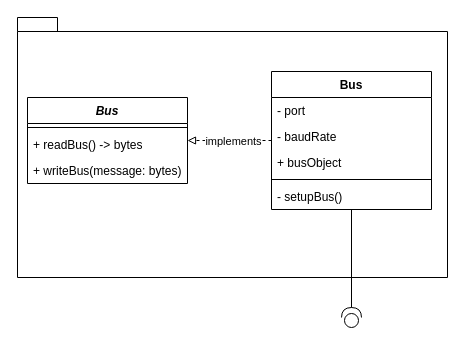
The draw.io diagram BusTransactions/Buses/Architecture/Buses.drawio in Uhgtred/Car_Infotainment_System, before the edit. Source tidied: cells renumbered, new cells numbered last; positions are measured from the earlier drawing's top-left corner, leaving out a move shared by most shapes. Both pictures are drawn from the tidied source at 100%, with x=0, y=0 at pixel (17, 17).
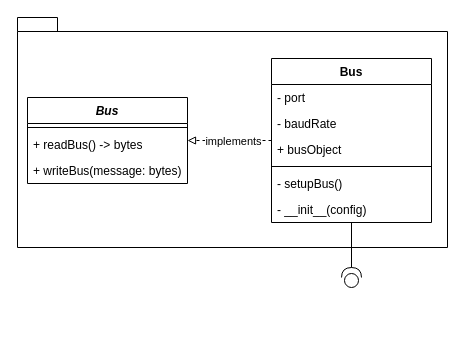
Above is the later version.

Diff of the diagram source:
```diff
@@
 <mxGraphModel>
   <root>
     <mxCell id="0" />
     <mxCell id="1" parent="0" />
     <mxCell id="2" style="shape=folder;fontStyle=1;spacingTop=10;tabWidth=40;tabHeight=14;tabPosition=left;html=1;" parent="1" vertex="1">
-      <mxGeometry width="430" height="260" as="geometry" />
+      <mxGeometry width="430" height="230" as="geometry" />
     </mxCell>
     <mxCell id="3" value="Bus" style="swimlane;fontStyle=3;align=center;verticalAlign=top;horizontal=1;startSize=26;" parent="1" vertex="1">
       <mxGeometry x="10" y="80" width="160" height="86" as="geometry" />
     </mxCell>
     <mxCell id="4" style="line;strokeWidth=1;fillColor=none;align=left;verticalAlign=middle;spacingTop=-1;spacingLeft=3;spacingRight=3;labelPosition=right;strokeColor=inherit;" parent="3" vertex="1">
       <mxGeometry y="26" width="160" height="8" as="geometry" />
     </mxCell>
     <mxCell id="5" value="+ readBus() -&gt; bytes" style="text;strokeColor=none;fillColor=none;align=left;verticalAlign=top;spacingLeft=4;spacingRight=4;overflow=hidden;" parent="3" vertex="1">
       <mxGeometry y="34" width="160" height="26" as="geometry" />
     </mxCell>
     <mxCell id="6" value="+ writeBus(message: bytes)" style="text;strokeColor=none;fillColor=none;align=left;verticalAlign=top;spacingLeft=4;spacingRight=4;overflow=hidden;" parent="3" vertex="1">
       <mxGeometry y="60" width="160" height="26" as="geometry" />
     </mxCell>
     <mxCell id="7" style="edgeStyle=orthogonalEdgeStyle;rounded=0;jettySize=auto;html=1;dashed=1;endArrow=block;endFill=0;" parent="1" edge="1" source="9" target="3">
       <mxGeometry relative="1" as="geometry" />
     </mxCell>
     <mxCell id="8" value="implements" style="edgeLabel;html=1;align=center;verticalAlign=middle;" parent="7" vertex="1">
       <mxGeometry x="0.33" y="-1" relative="1" as="geometry">
         <mxPoint x="17" y="1" as="offset" />
       </mxGeometry>
     </mxCell>
     <mxCell id="9" value="Bus" style="swimlane;fontStyle=1;align=center;verticalAlign=top;horizontal=1;startSize=26;" parent="1" vertex="1">
-      <mxGeometry x="254" y="54" width="160" height="138" as="geometry" />
+      <mxGeometry x="254" y="41" width="160" height="164" as="geometry" />
     </mxCell>
     <mxCell id="10" value="- port" style="text;strokeColor=none;fillColor=none;align=left;verticalAlign=top;spacingLeft=4;spacingRight=4;overflow=hidden;" parent="9" vertex="1">
       <mxGeometry y="26" width="160" height="26" as="geometry" />
     </mxCell>
     <mxCell id="11" value="- baudRate" style="text;strokeColor=none;fillColor=none;align=left;verticalAlign=top;spacingLeft=4;spacingRight=4;overflow=hidden;" parent="9" vertex="1">
       <mxGeometry y="52" width="160" height="26" as="geometry" />
     </mxCell>
     <mxCell id="12" value="+ busObject" style="text;strokeColor=none;fillColor=none;align=left;verticalAlign=top;spacingLeft=4;spacingRight=4;overflow=hidden;" parent="9" vertex="1">
       <mxGeometry y="78" width="160" height="26" as="geometry" />
     </mxCell>
     <mxCell id="13" style="line;strokeWidth=1;fillColor=none;align=left;verticalAlign=middle;spacingTop=-1;spacingLeft=3;spacingRight=3;labelPosition=right;strokeColor=inherit;" parent="9" vertex="1">
       <mxGeometry y="104" width="160" height="8" as="geometry" />
     </mxCell>
+    <mxCell id="17" value="- setupBus()" style="text;strokeColor=none;fillColor=none;align=left;verticalAlign=top;spacingLeft=4;spacingRight=4;overflow=hidden;" parent="9" vertex="1">
+      <mxGeometry y="112" width="160" height="26" as="geometry" />
+    </mxCell>
-    <mxCell id="14" value="- setupBus()" style="text;strokeColor=none;fillColor=none;align=left;verticalAlign=top;spacingLeft=4;spacingRight=4;overflow=hidden;" parent="9" vertex="1">
-      <mxGeometry y="112" width="160" height="26" as="geometry" />
+    <mxCell id="14" value="- __init__(config)" style="text;strokeColor=none;fillColor=none;align=left;verticalAlign=top;spacingLeft=4;spacingRight=4;overflow=hidden;" parent="9" vertex="1">
+      <mxGeometry y="138" width="160" height="26" as="geometry" />
     </mxCell>
     <mxCell id="15" style="edgeStyle=orthogonalEdgeStyle;rounded=0;jettySize=auto;html=1;endArrow=none;endFill=0;startArrow=none;" parent="1" edge="1" source="16" target="9">
       <mxGeometry relative="1" as="geometry" />
     </mxCell>
     <mxCell id="16" style="shape=providedRequiredInterface;html=1;verticalLabelPosition=bottom;sketch=0;rotation=-90;" parent="1" vertex="1">
-      <mxGeometry x="324" y="290" width="20" height="20" as="geometry" />
+      <mxGeometry x="324" y="250" width="20" height="20" as="geometry" />
     </mxCell>
   </root>
 </mxGraphModel>
```
